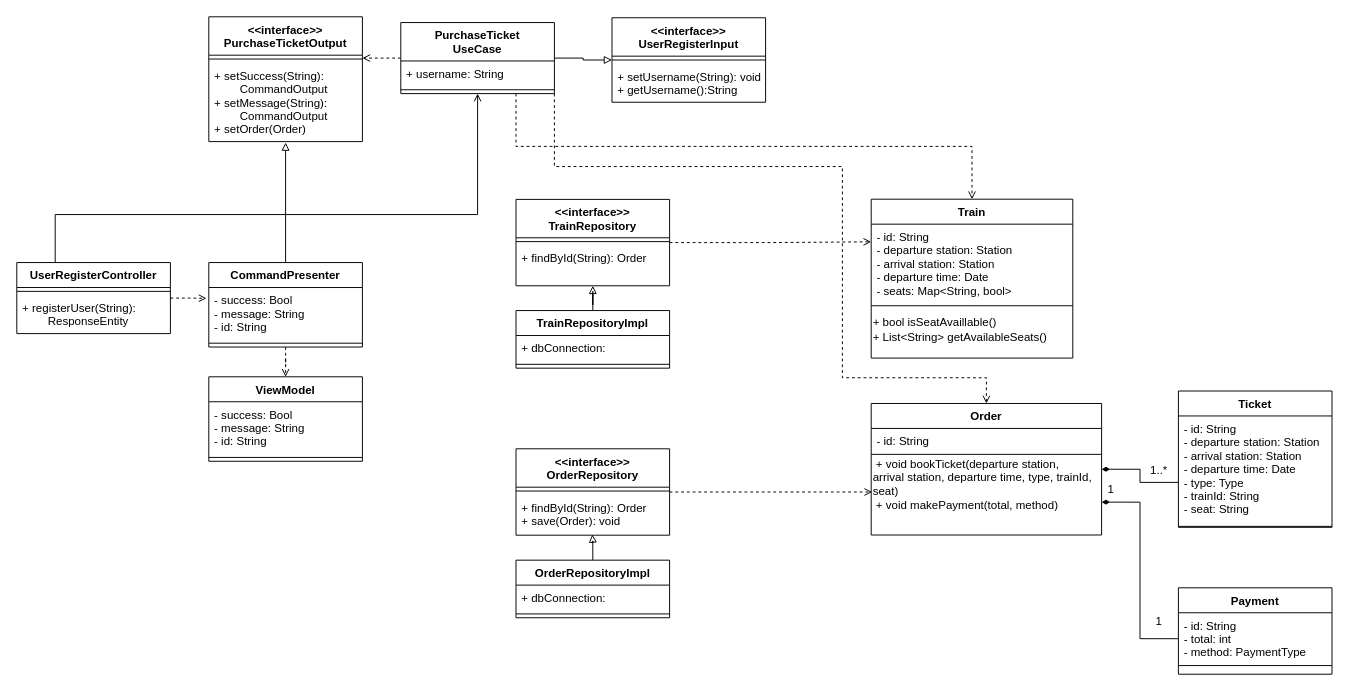
Above: class Diagram.drawio in HF-Cheng/test (draw.io), before the change. Source tidied: cells renumbered, new cells numbered last; positions are measured from the earlier drawing's top-left corner, leaving out a move shared by most shapes. Both pictures are drawn from the tidied source at 96%, with x=0, y=0 at pixel (16, 16).
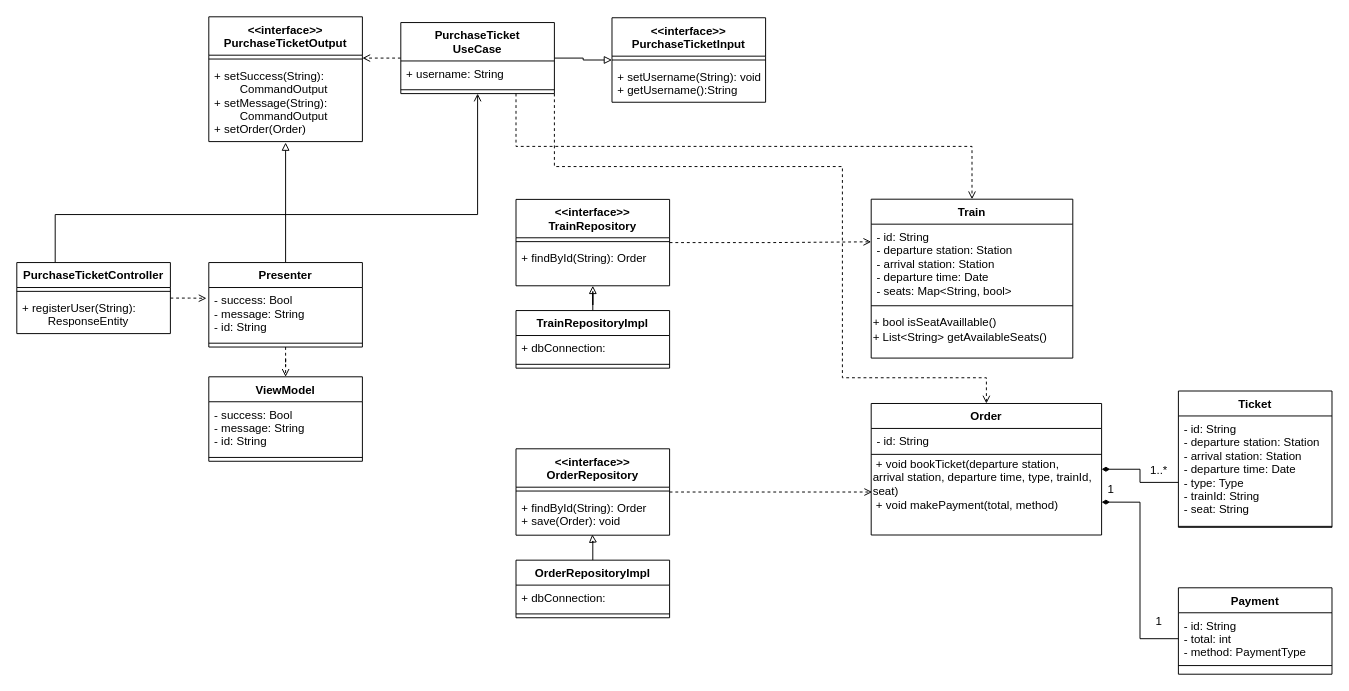
After the change.

Diff of the diagram source:
```diff
@@
-    <mxCell id="44" value="&lt;&lt;interface&gt;&gt;&#10;UserRegisterInput" style="swimlane;fontStyle=1;align=center;verticalAlign=top;horizontal=1;startSize=40;" parent="1" vertex="1">
+    <mxCell id="44" value="&lt;&lt;interface&gt;&gt;&#10;PurchaseTicketInput" style="swimlane;fontStyle=1;align=center;verticalAlign=top;horizontal=1;startSize=40;" parent="1" vertex="1">
       <mxGeometry x="620" y="1" width="160" height="88" as="geometry" />
     </mxCell>
@@
-    <mxCell id="52" value="CommandPresenter" style="swimlane;fontStyle=1;align=center;verticalAlign=top;horizontal=1;startSize=26;" parent="1" vertex="1">
+    <mxCell id="52" value="Presenter" style="swimlane;fontStyle=1;align=center;verticalAlign=top;horizontal=1;startSize=26;" parent="1" vertex="1">
       <mxGeometry x="200" y="256" width="160" height="88" as="geometry" />
     </mxCell>
@@
-    <mxCell id="60" value="UserRegisterController" style="swimlane;fontStyle=1;align=center;verticalAlign=top;horizontal=1;startSize=26;" parent="1" vertex="1">
+    <mxCell id="60" value="PurchaseTicketController" style="swimlane;fontStyle=1;align=center;verticalAlign=top;horizontal=1;startSize=26;" parent="1" vertex="1">
       <mxGeometry y="256" width="160" height="74" as="geometry" />
     </mxCell>
```
